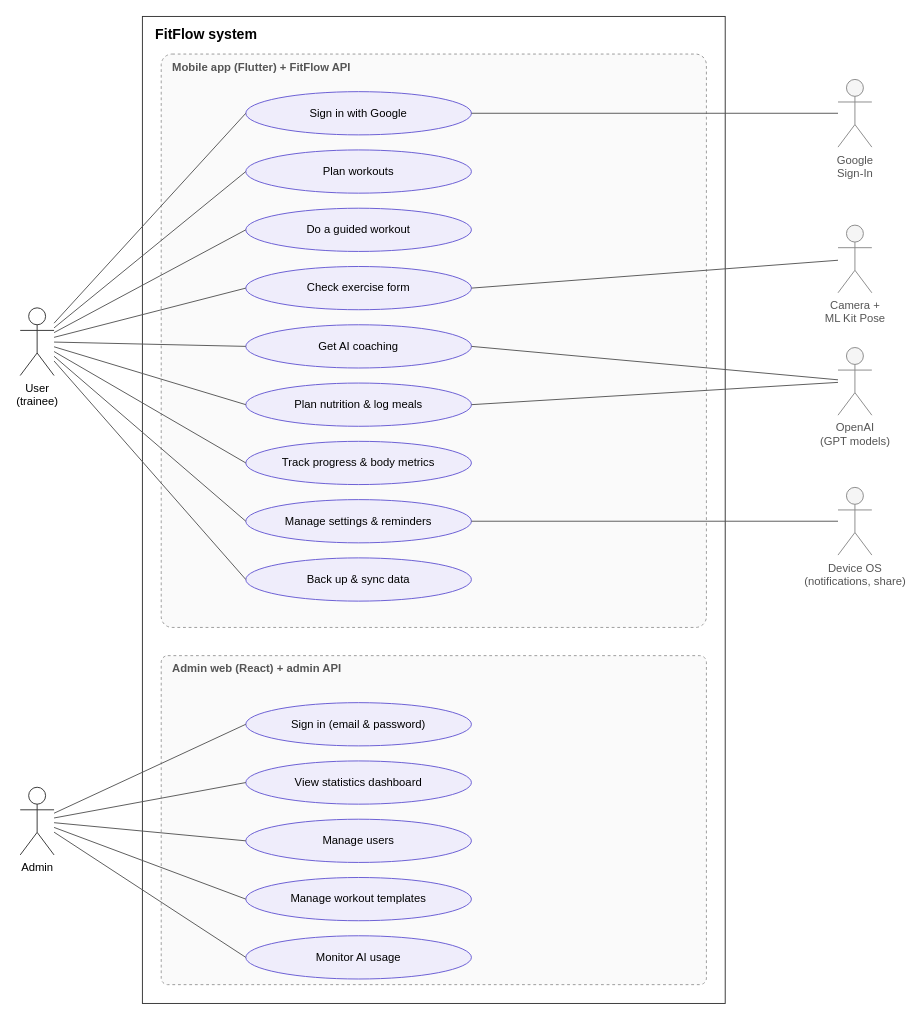
PRM-393-G5/fitflow keeps this draw.io diagram as page "Overview" (1 of 7) of docs/usecase.drawio. Above is the earlier version. Source tidied: cells renumbered, new cells numbered last; positions are measured from the earlier drawing's top-left corner, leaving out a move shared by most shapes. Both pictures are drawn from the tidied source at 94%, with x=0, y=0 at pixel (20, 16).
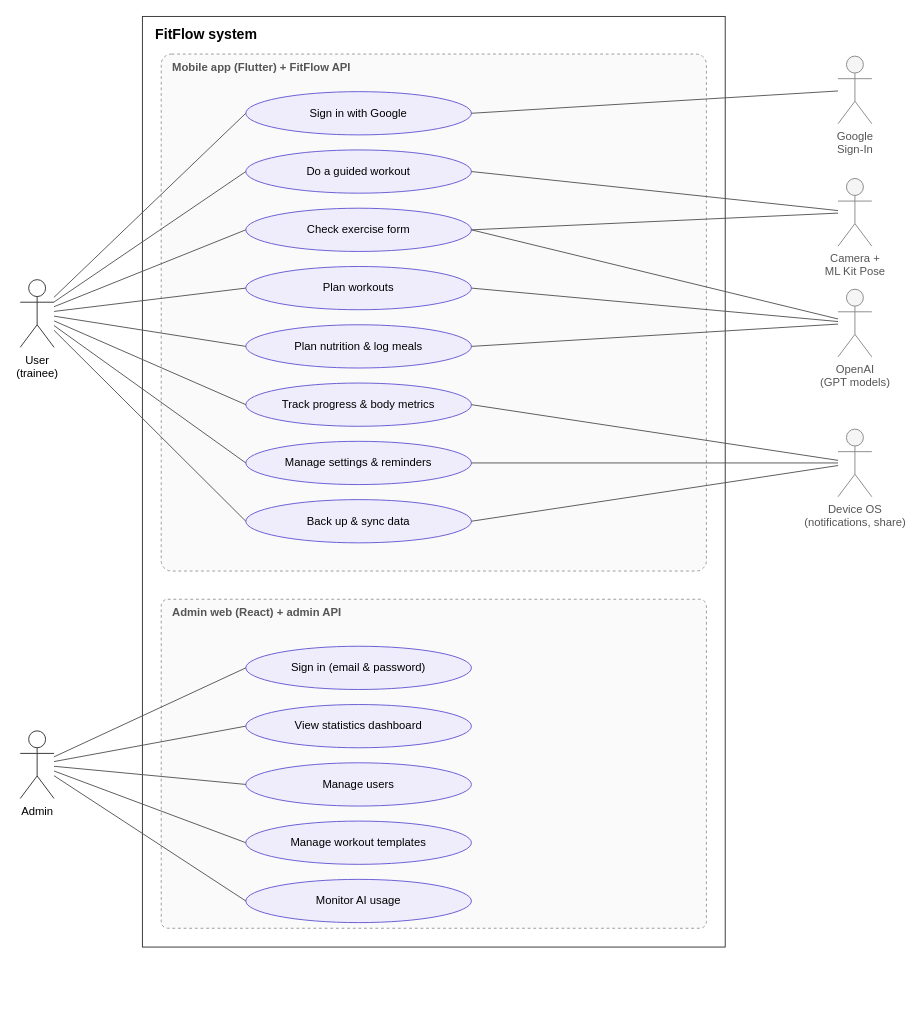
The same page after the edit.

The change refers to these unchanged cells:
```xml
<mxCell id="11" value="Sign in with Google" style="ellipse;whiteSpace=wrap;html=1;fillColor=#EFEDFB;strokeColor=#6558D3;fontSize=12;" parent="1" vertex="1">
  <mxGeometry x="240" y="80" width="240" height="46" as="geometry" />
</mxCell>
```

The edit, as a diff of the source:
```diff
@@
     <mxCell id="2" value="FitFlow system" style="rounded=0;whiteSpace=wrap;html=1;fillColor=none;verticalAlign=top;align=left;spacingLeft=12;spacingTop=4;fontSize=15;fontStyle=1;strokeColor=#333333;" parent="1" vertex="1">
-      <mxGeometry x="130" width="620" height="1050" as="geometry" />
+      <mxGeometry x="130" width="620" height="990" as="geometry" />
     </mxCell>
     <mxCell id="3" value="Mobile app (Flutter) + FitFlow API" style="rounded=1;arcSize=2;whiteSpace=wrap;html=1;fillColor=#fafafa;verticalAlign=top;align=left;spacingLeft=10;fontStyle=1;dashed=1;strokeColor=#999999;fontColor=#555555;" parent="1" vertex="1">
-      <mxGeometry x="150" y="40" width="580" height="610" as="geometry" />
+      <mxGeometry x="150" y="40" width="580" height="550" as="geometry" />
     </mxCell>
     <mxCell id="4" value="Admin web (React) + admin API" style="rounded=1;arcSize=2;whiteSpace=wrap;html=1;fillColor=#fafafa;verticalAlign=top;align=left;spacingLeft=10;fontStyle=1;dashed=1;strokeColor=#999999;fontColor=#555555;" parent="1" vertex="1">
-      <mxGeometry x="150" y="680" width="580" height="350" as="geometry" />
+      <mxGeometry x="150" y="620" width="580" height="350" as="geometry" />
     </mxCell>
     <mxCell id="5" value="User&lt;br&gt;(trainee)" style="shape=umlActor;verticalLabelPosition=bottom;verticalAlign=top;html=1;outlineConnect=0;fillColor=#ffffff;strokeColor=#333333;" parent="1" vertex="1">
-      <mxGeometry y="310" width="36" height="72" as="geometry" />
+      <mxGeometry y="280" width="36" height="72" as="geometry" />
     </mxCell>
     <mxCell id="6" value="Admin" style="shape=umlActor;verticalLabelPosition=bottom;verticalAlign=top;html=1;outlineConnect=0;fillColor=#ffffff;strokeColor=#333333;" parent="1" vertex="1">
-      <mxGeometry y="820" width="36" height="72" as="geometry" />
+      <mxGeometry y="760" width="36" height="72" as="geometry" />
     </mxCell>
     <mxCell id="7" value="Google&lt;br&gt;Sign-In" style="shape=umlActor;verticalLabelPosition=bottom;verticalAlign=top;html=1;outlineConnect=0;fillColor=#f5f5f5;strokeColor=#888888;fontColor=#555555;" parent="1" vertex="1">
-      <mxGeometry x="870" y="67" width="36" height="72" as="geometry" />
+      <mxGeometry x="870" y="42.2" width="36" height="72" as="geometry" />
     </mxCell>
     <mxCell id="8" value="Camera +&lt;br&gt;ML Kit Pose" style="shape=umlActor;verticalLabelPosition=bottom;verticalAlign=top;html=1;outlineConnect=0;fillColor=#f5f5f5;strokeColor=#888888;fontColor=#555555;" parent="1" vertex="1">
-      <mxGeometry x="870" y="222" width="36" height="72" as="geometry" />
+      <mxGeometry x="870" y="172.4" width="36" height="72" as="geometry" />
     </mxCell>
     <mxCell id="9" value="OpenAI&lt;br&gt;(GPT models)" style="shape=umlActor;verticalLabelPosition=bottom;verticalAlign=top;html=1;outlineConnect=0;fillColor=#f5f5f5;strokeColor=#888888;fontColor=#555555;" parent="1" vertex="1">
-      <mxGeometry x="870" y="352.2" width="36" height="72" as="geometry" />
+      <mxGeometry x="870" y="290.2" width="36" height="72" as="geometry" />
     </mxCell>
     <mxCell id="10" value="Device OS&lt;br&gt;(notifications, share)" style="shape=umlActor;verticalLabelPosition=bottom;verticalAlign=top;html=1;outlineConnect=0;fillColor=#f5f5f5;strokeColor=#888888;fontColor=#555555;" parent="1" vertex="1">
-      <mxGeometry x="870" y="501" width="36" height="72" as="geometry" />
+      <mxGeometry x="870" y="439" width="36" height="72" as="geometry" />
     </mxCell>
@@
-    <mxCell id="12" value="Plan workouts" style="ellipse;whiteSpace=wrap;html=1;fillColor=#EFEDFB;strokeColor=#6558D3;fontSize=12;" parent="1" vertex="1">
+    <mxCell id="12" value="Do a guided workout" style="ellipse;whiteSpace=wrap;html=1;fillColor=#EFEDFB;strokeColor=#6558D3;fontSize=12;" parent="1" vertex="1">
       <mxGeometry x="240" y="142" width="240" height="46" as="geometry" />
     </mxCell>
-    <mxCell id="13" value="Do a guided workout" style="ellipse;whiteSpace=wrap;html=1;fillColor=#EFEDFB;strokeColor=#6558D3;fontSize=12;" parent="1" vertex="1">
+    <mxCell id="13" value="Check exercise form" style="ellipse;whiteSpace=wrap;html=1;fillColor=#EFEDFB;strokeColor=#6558D3;fontSize=12;" parent="1" vertex="1">
       <mxGeometry x="240" y="204" width="240" height="46" as="geometry" />
     </mxCell>
-    <mxCell id="14" value="Check exercise form" style="ellipse;whiteSpace=wrap;html=1;fillColor=#EFEDFB;strokeColor=#6558D3;fontSize=12;" parent="1" vertex="1">
+    <mxCell id="14" value="Plan workouts" style="ellipse;whiteSpace=wrap;html=1;fillColor=#EFEDFB;strokeColor=#6558D3;fontSize=12;" parent="1" vertex="1">
       <mxGeometry x="240" y="266" width="240" height="46" as="geometry" />
     </mxCell>
-    <mxCell id="15" value="Get AI coaching" style="ellipse;whiteSpace=wrap;html=1;fillColor=#EFEDFB;strokeColor=#6558D3;fontSize=12;" parent="1" vertex="1">
+    <mxCell id="15" value="Plan nutrition &amp; log meals" style="ellipse;whiteSpace=wrap;html=1;fillColor=#EFEDFB;strokeColor=#6558D3;fontSize=12;" parent="1" vertex="1">
       <mxGeometry x="240" y="328" width="240" height="46" as="geometry" />
     </mxCell>
-    <mxCell id="16" value="Plan nutrition &amp; log meals" style="ellipse;whiteSpace=wrap;html=1;fillColor=#EFEDFB;strokeColor=#6558D3;fontSize=12;" parent="1" vertex="1">
+    <mxCell id="16" value="Track progress &amp; body metrics" style="ellipse;whiteSpace=wrap;html=1;fillColor=#EFEDFB;strokeColor=#6558D3;fontSize=12;" parent="1" vertex="1">
       <mxGeometry x="240" y="390" width="240" height="46" as="geometry" />
     </mxCell>
-    <mxCell id="17" value="Track progress &amp; body metrics" style="ellipse;whiteSpace=wrap;html=1;fillColor=#EFEDFB;strokeColor=#6558D3;fontSize=12;" parent="1" vertex="1">
+    <mxCell id="17" value="Manage settings &amp; reminders" style="ellipse;whiteSpace=wrap;html=1;fillColor=#EFEDFB;strokeColor=#6558D3;fontSize=12;" parent="1" vertex="1">
       <mxGeometry x="240" y="452" width="240" height="46" as="geometry" />
     </mxCell>
-    <mxCell id="18" value="Manage settings &amp; reminders" style="ellipse;whiteSpace=wrap;html=1;fillColor=#EFEDFB;strokeColor=#6558D3;fontSize=12;" parent="1" vertex="1">
+    <mxCell id="18" value="Back up &amp; sync data" style="ellipse;whiteSpace=wrap;html=1;fillColor=#EFEDFB;strokeColor=#6558D3;fontSize=12;" parent="1" vertex="1">
       <mxGeometry x="240" y="514" width="240" height="46" as="geometry" />
     </mxCell>
-    <mxCell id="19" value="Back up &amp; sync data" style="ellipse;whiteSpace=wrap;html=1;fillColor=#EFEDFB;strokeColor=#6558D3;fontSize=12;" parent="1" vertex="1">
-      <mxGeometry x="240" y="576" width="240" height="46" as="geometry" />
-    </mxCell>
     <mxCell id="20" value="Sign in (email &amp; password)" style="ellipse;whiteSpace=wrap;html=1;fillColor=#EFEDFB;strokeColor=#6558D3;fontSize=12;" parent="1" vertex="1">
-      <mxGeometry x="240" y="730" width="240" height="46" as="geometry" />
+      <mxGeometry x="240" y="670" width="240" height="46" as="geometry" />
     </mxCell>
     <mxCell id="21" value="View statistics dashboard" style="ellipse;whiteSpace=wrap;html=1;fillColor=#EFEDFB;strokeColor=#6558D3;fontSize=12;" parent="1" vertex="1">
-      <mxGeometry x="240" y="792" width="240" height="46" as="geometry" />
+      <mxGeometry x="240" y="732" width="240" height="46" as="geometry" />
     </mxCell>
     <mxCell id="22" value="Manage users" style="ellipse;whiteSpace=wrap;html=1;fillColor=#EFEDFB;strokeColor=#6558D3;fontSize=12;" parent="1" vertex="1">
-      <mxGeometry x="240" y="854" width="240" height="46" as="geometry" />
+      <mxGeometry x="240" y="794" width="240" height="46" as="geometry" />
     </mxCell>
     <mxCell id="23" value="Manage workout templates" style="ellipse;whiteSpace=wrap;html=1;fillColor=#EFEDFB;strokeColor=#6558D3;fontSize=12;" parent="1" vertex="1">
-      <mxGeometry x="240" y="916" width="240" height="46" as="geometry" />
+      <mxGeometry x="240" y="856" width="240" height="46" as="geometry" />
     </mxCell>
     <mxCell id="24" value="Monitor AI usage" style="ellipse;whiteSpace=wrap;html=1;fillColor=#EFEDFB;strokeColor=#6558D3;fontSize=12;" parent="1" vertex="1">
-      <mxGeometry x="240" y="978" width="240" height="46" as="geometry" />
+      <mxGeometry x="240" y="918" width="240" height="46" as="geometry" />
     </mxCell>
@@
-    <mxCell id="33" style="endArrow=none;html=1;strokeColor=#555555;entryX=0;entryY=0.5;entryDx=0;entryDy=0;" parent="1" edge="1" source="5" target="19">
+    <mxCell id="33" style="endArrow=none;html=1;strokeColor=#555555;entryX=0;entryY=0.5;entryDx=0;entryDy=0;" parent="1" edge="1" source="6" target="20">
       <mxGeometry relative="1" as="geometry" />
     </mxCell>
-    <mxCell id="34" style="endArrow=none;html=1;strokeColor=#555555;entryX=0;entryY=0.5;entryDx=0;entryDy=0;" parent="1" edge="1" source="6" target="20">
+    <mxCell id="34" style="endArrow=none;html=1;strokeColor=#555555;entryX=0;entryY=0.5;entryDx=0;entryDy=0;" parent="1" edge="1" source="6" target="21">
       <mxGeometry relative="1" as="geometry" />
     </mxCell>
-    <mxCell id="35" style="endArrow=none;html=1;strokeColor=#555555;entryX=0;entryY=0.5;entryDx=0;entryDy=0;" parent="1" edge="1" source="6" target="21">
+    <mxCell id="35" style="endArrow=none;html=1;strokeColor=#555555;entryX=0;entryY=0.5;entryDx=0;entryDy=0;" parent="1" edge="1" source="6" target="22">
       <mxGeometry relative="1" as="geometry" />
     </mxCell>
-    <mxCell id="36" style="endArrow=none;html=1;strokeColor=#555555;entryX=0;entryY=0.5;entryDx=0;entryDy=0;" parent="1" edge="1" source="6" target="22">
+    <mxCell id="36" style="endArrow=none;html=1;strokeColor=#555555;entryX=0;entryY=0.5;entryDx=0;entryDy=0;" parent="1" edge="1" source="6" target="23">
       <mxGeometry relative="1" as="geometry" />
     </mxCell>
-    <mxCell id="37" style="endArrow=none;html=1;strokeColor=#555555;entryX=0;entryY=0.5;entryDx=0;entryDy=0;" parent="1" edge="1" source="6" target="23">
+    <mxCell id="37" style="endArrow=none;html=1;strokeColor=#555555;entryX=0;entryY=0.5;entryDx=0;entryDy=0;" parent="1" edge="1" source="6" target="24">
       <mxGeometry relative="1" as="geometry" />
     </mxCell>
-    <mxCell id="38" style="endArrow=none;html=1;strokeColor=#555555;entryX=0;entryY=0.5;entryDx=0;entryDy=0;" parent="1" edge="1" source="6" target="24">
+    <mxCell id="38" style="endArrow=none;html=1;strokeColor=#555555;exitX=1;exitY=0.5;exitDx=0;exitDy=0;" parent="1" edge="1" source="11" target="7">
       <mxGeometry relative="1" as="geometry" />
     </mxCell>
-    <mxCell id="39" style="endArrow=none;html=1;strokeColor=#555555;exitX=1;exitY=0.5;exitDx=0;exitDy=0;" parent="1" edge="1" source="11" target="7">
+    <mxCell id="39" style="endArrow=none;html=1;strokeColor=#555555;exitX=1;exitY=0.5;exitDx=0;exitDy=0;" parent="1" edge="1" source="12" target="8">
       <mxGeometry relative="1" as="geometry" />
     </mxCell>
-    <mxCell id="40" style="endArrow=none;html=1;strokeColor=#555555;exitX=1;exitY=0.5;exitDx=0;exitDy=0;" parent="1" edge="1" source="14" target="8">
+    <mxCell id="40" style="endArrow=none;html=1;strokeColor=#555555;exitX=1;exitY=0.5;exitDx=0;exitDy=0;" parent="1" edge="1" source="13" target="8">
       <mxGeometry relative="1" as="geometry" />
     </mxCell>
-    <mxCell id="41" style="endArrow=none;html=1;strokeColor=#555555;exitX=1;exitY=0.5;exitDx=0;exitDy=0;" parent="1" edge="1" source="15" target="9">
+    <mxCell id="41" style="endArrow=none;html=1;strokeColor=#555555;exitX=1;exitY=0.5;exitDx=0;exitDy=0;" parent="1" edge="1" source="13" target="9">
       <mxGeometry relative="1" as="geometry" />
     </mxCell>
-    <mxCell id="42" style="endArrow=none;html=1;strokeColor=#555555;exitX=1;exitY=0.5;exitDx=0;exitDy=0;" parent="1" edge="1" source="16" target="9">
+    <mxCell id="42" style="endArrow=none;html=1;strokeColor=#555555;exitX=1;exitY=0.5;exitDx=0;exitDy=0;" parent="1" edge="1" source="14" target="9">
       <mxGeometry relative="1" as="geometry" />
     </mxCell>
-    <mxCell id="43" style="endArrow=none;html=1;strokeColor=#555555;exitX=1;exitY=0.5;exitDx=0;exitDy=0;" parent="1" edge="1" source="18" target="10">
+    <mxCell id="43" style="endArrow=none;html=1;strokeColor=#555555;exitX=1;exitY=0.5;exitDx=0;exitDy=0;" parent="1" edge="1" source="15" target="9">
       <mxGeometry relative="1" as="geometry" />
     </mxCell>
+    <mxCell id="44" style="endArrow=none;html=1;strokeColor=#555555;exitX=1;exitY=0.5;exitDx=0;exitDy=0;" parent="1" edge="1" source="16" target="10">
+      <mxGeometry relative="1" as="geometry" />
+    </mxCell>
+    <mxCell id="45" style="endArrow=none;html=1;strokeColor=#555555;exitX=1;exitY=0.5;exitDx=0;exitDy=0;" parent="1" edge="1" source="17" target="10">
+      <mxGeometry relative="1" as="geometry" />
+    </mxCell>
+    <mxCell id="46" style="endArrow=none;html=1;strokeColor=#555555;exitX=1;exitY=0.5;exitDx=0;exitDy=0;" parent="1" edge="1" source="18" target="10">
+      <mxGeometry relative="1" as="geometry" />
+    </mxCell>
```
